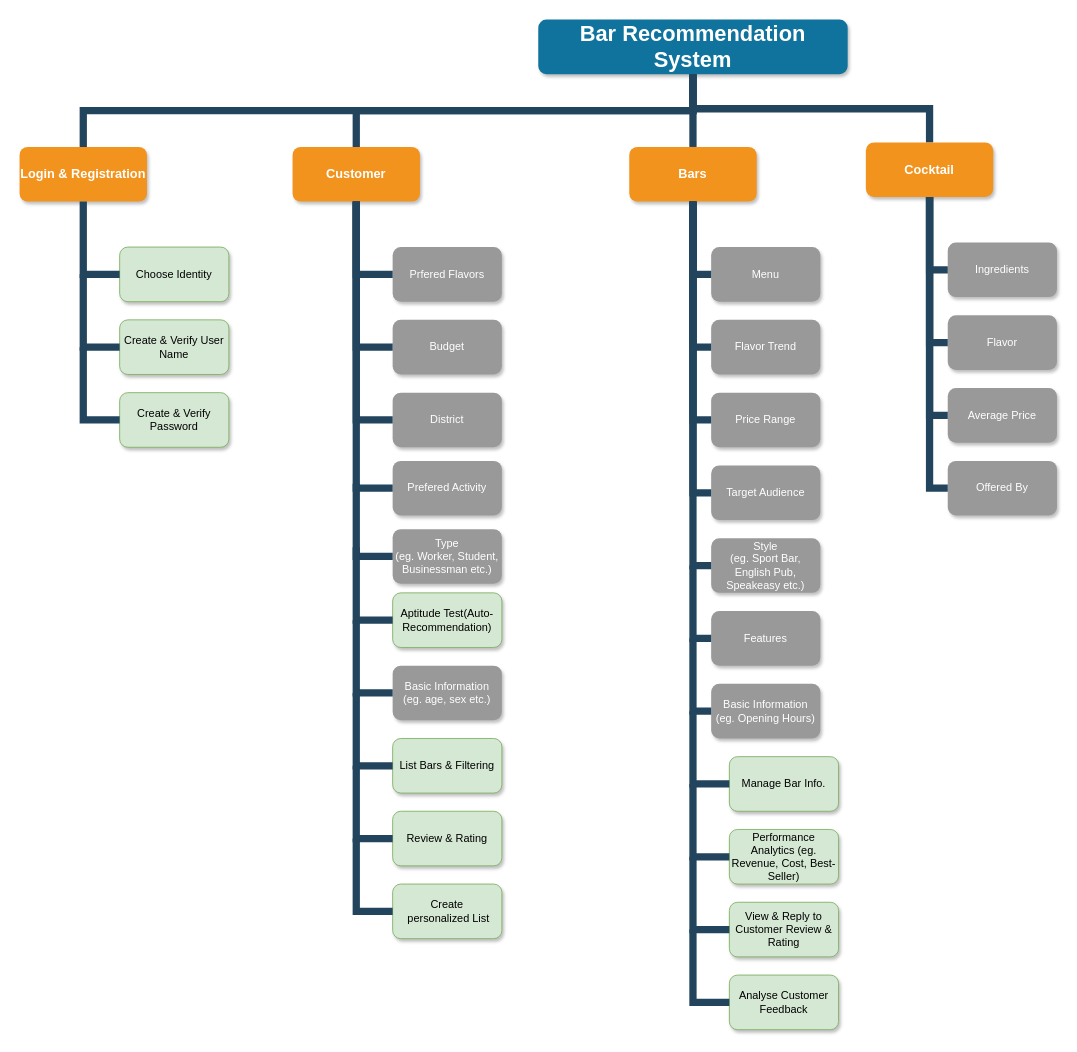
Above: DBMS_System_Fuctions.drawio in tp12356twNccu/Database_NCCU (draw.io), before the change. Source tidied: cells renumbered, new cells numbered last; positions are measured from the earlier drawing's top-left corner, leaving out a move shared by most shapes. Both pictures are drawn from the tidied source at 91%, with x=0, y=0 at pixel (19, 19).
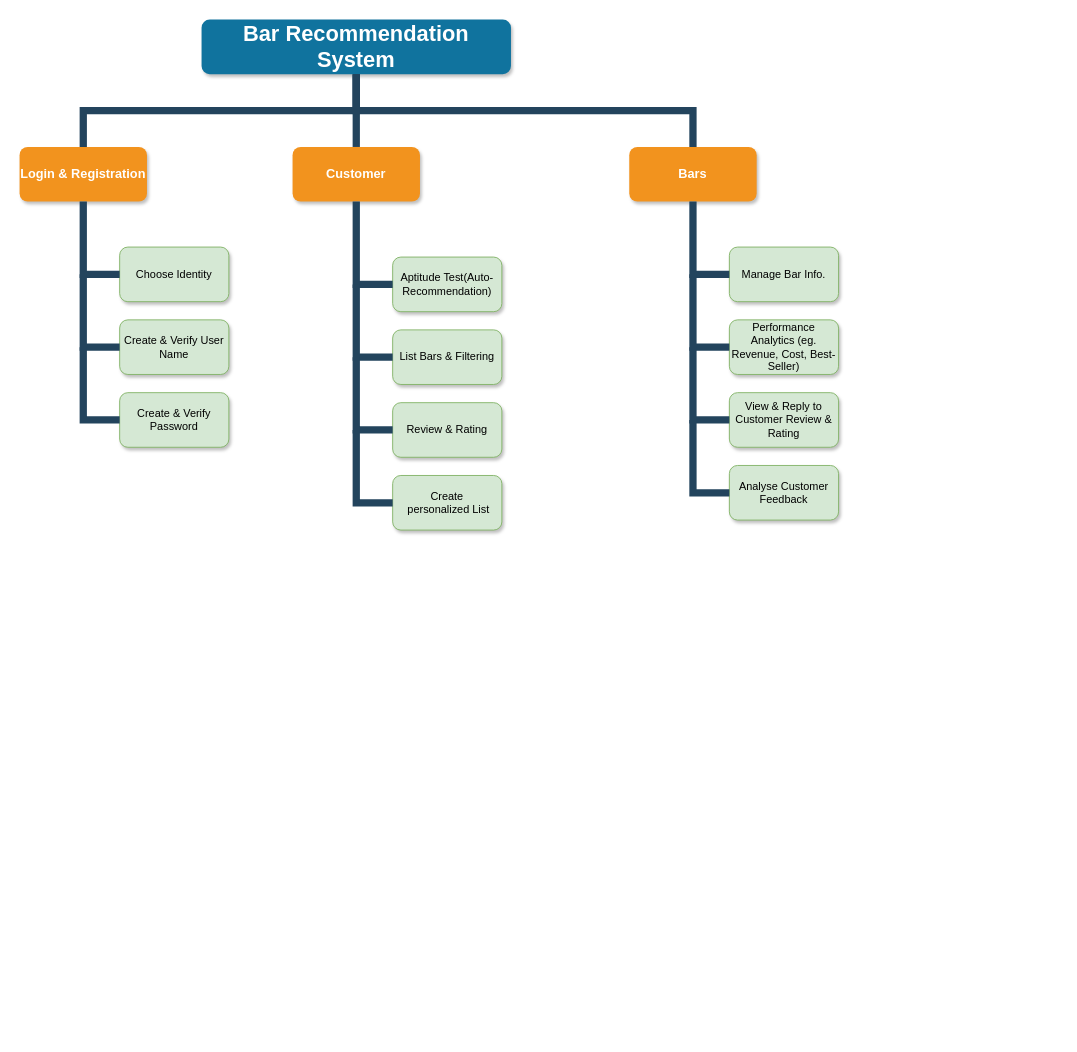
The same diagram, later.

The change refers to these unchanged cells:
```xml
<mxCell id="3" value="Customer" style="whiteSpace=wrap;rounded=1;fillColor=#F2931E;strokeColor=none;shadow=1;fontColor=#FFFFFF;fontStyle=1;fontSize=14;" parent="1" vertex="1">
  <mxGeometry x="300" y="140" width="140" height="60" as="geometry" />
</mxCell>
<mxCell id="4" value="Bars" style="whiteSpace=wrap;rounded=1;fillColor=#F2931E;strokeColor=none;shadow=1;fontColor=#FFFFFF;fontStyle=1;fontSize=14;" parent="1" vertex="1">
  <mxGeometry x="670" y="140" width="140" height="60" as="geometry" />
</mxCell>
```

What changed in the source:
```diff
@@
     <mxCell id="2" value="Bar Recommendation System" style="whiteSpace=wrap;rounded=1;shadow=1;fillColor=#10739E;strokeColor=none;fontColor=#FFFFFF;fontStyle=1;fontSize=24;" parent="1" vertex="1">
-      <mxGeometry x="570" width="340" height="60" as="geometry" />
+      <mxGeometry x="200" width="340" height="60" as="geometry" />
     </mxCell>
@@
-    <mxCell id="5" value="Prfered Flavors" style="whiteSpace=wrap;rounded=1;fillColor=#999999;strokeColor=none;shadow=1;fontColor=#FFFFFF;fontStyle=0;" parent="1" vertex="1">
-      <mxGeometry x="410" y="250" width="120" height="60" as="geometry" />
-    </mxCell>
-    <mxCell id="6" value="Budget" style="whiteSpace=wrap;rounded=1;fillColor=#999999;strokeColor=none;shadow=1;fontColor=#FFFFFF;fontStyle=0;" parent="1" vertex="1">
-      <mxGeometry x="410" y="330" width="120" height="60" as="geometry" />
-    </mxCell>
-    <mxCell id="7" value="District" style="whiteSpace=wrap;rounded=1;fillColor=#999999;strokeColor=none;shadow=1;fontColor=#FFFFFF;fontStyle=0;" parent="1" vertex="1">
-      <mxGeometry x="410" y="410" width="120" height="60" as="geometry" />
-    </mxCell>
@@
-    <mxCell id="10" style="edgeStyle=elbowEdgeStyle;elbow=vertical;rounded=0;fontColor=#000000;endArrow=none;endFill=0;strokeWidth=8;strokeColor=#23445D;entryX=0.5;entryY=0;entryDx=0;entryDy=0;exitX=0.5;exitY=1;exitDx=0;exitDy=0;" parent="1" edge="1" source="2" target="28">
-      <mxGeometry relative="1" as="geometry" />
-    </mxCell>
-    <mxCell id="11" style="edgeStyle=elbowEdgeStyle;elbow=horizontal;rounded=0;fontColor=#000000;endArrow=none;endFill=0;strokeWidth=8;strokeColor=#23445D;exitX=0.5;exitY=1;exitDx=0;exitDy=0;entryX=0;entryY=0.5;entryDx=0;entryDy=0;" parent="1" edge="1" source="3" target="5">
-      <mxGeometry relative="1" as="geometry">
-        <Array as="points">
-          <mxPoint x="370" y="250" />
-        </Array>
-      </mxGeometry>
-    </mxCell>
-    <mxCell id="12" style="edgeStyle=elbowEdgeStyle;elbow=horizontal;rounded=0;fontColor=#000000;endArrow=none;endFill=0;strokeWidth=8;strokeColor=#23445D;exitX=0.5;exitY=1;exitDx=0;exitDy=0;" parent="1" edge="1" target="6">
-      <mxGeometry relative="1" as="geometry">
-        <mxPoint x="370" y="200" as="sourcePoint" />
-        <Array as="points">
-          <mxPoint x="370" y="250" />
-        </Array>
-      </mxGeometry>
-    </mxCell>
-    <mxCell id="13" style="edgeStyle=elbowEdgeStyle;elbow=horizontal;rounded=0;fontColor=#000000;endArrow=none;endFill=0;strokeWidth=8;strokeColor=#23445D;exitX=0.5;exitY=1;exitDx=0;exitDy=0;" parent="1" edge="1" target="7">
-      <mxGeometry relative="1" as="geometry">
-        <mxPoint x="370" y="200" as="sourcePoint" />
-        <Array as="points">
-          <mxPoint x="370" y="250" />
-        </Array>
-      </mxGeometry>
-    </mxCell>
-    <mxCell id="14" value="Menu" style="whiteSpace=wrap;rounded=1;fillColor=#999999;strokeColor=none;shadow=1;fontColor=#FFFFFF;fontStyle=0;" parent="1" vertex="1">
-      <mxGeometry x="760" y="250" width="120" height="60" as="geometry" />
-    </mxCell>
-    <mxCell id="15" value="Flavor Trend" style="whiteSpace=wrap;rounded=1;fillColor=#999999;strokeColor=none;shadow=1;fontColor=#FFFFFF;fontStyle=0;" parent="1" vertex="1">
-      <mxGeometry x="760" y="330" width="120" height="60" as="geometry" />
-    </mxCell>
-    <mxCell id="16" value="Price Range" style="whiteSpace=wrap;rounded=1;fillColor=#999999;strokeColor=none;shadow=1;fontColor=#FFFFFF;fontStyle=0;" parent="1" vertex="1">
-      <mxGeometry x="760" y="410" width="120" height="60" as="geometry" />
-    </mxCell>
-    <mxCell id="17" value="Target Audience" style="whiteSpace=wrap;rounded=1;fillColor=#999999;strokeColor=none;shadow=1;fontColor=#FFFFFF;fontStyle=0;" parent="1" vertex="1">
-      <mxGeometry x="760" y="490" width="120" height="60" as="geometry" />
-    </mxCell>
-    <mxCell id="18" value="Style&#10;(eg. Sport Bar, English Pub,&#10;Speakeasy etc.)" style="whiteSpace=wrap;rounded=1;fillColor=#999999;strokeColor=none;shadow=1;fontColor=#FFFFFF;fontStyle=0;" parent="1" vertex="1">
-      <mxGeometry x="760" y="570" width="120" height="60" as="geometry" />
-    </mxCell>
-    <mxCell id="19" style="edgeStyle=elbowEdgeStyle;elbow=horizontal;rounded=0;fontColor=#000000;endArrow=none;endFill=0;strokeWidth=8;strokeColor=#23445D;entryX=0;entryY=0.5;entryDx=0;entryDy=0;exitX=0.5;exitY=1;exitDx=0;exitDy=0;" parent="1" edge="1" source="4" target="14">
-      <mxGeometry relative="1" as="geometry">
-        <Array as="points">
-          <mxPoint x="740" y="300" />
-        </Array>
-      </mxGeometry>
-    </mxCell>
-    <mxCell id="20" style="edgeStyle=elbowEdgeStyle;elbow=horizontal;rounded=0;fontColor=#000000;endArrow=none;endFill=0;strokeWidth=8;strokeColor=#23445D;entryX=0;entryY=0.5;entryDx=0;entryDy=0;" parent="1" edge="1" target="15">
-      <mxGeometry relative="1" as="geometry">
-        <mxPoint x="740" y="200" as="sourcePoint" />
-        <Array as="points">
-          <mxPoint x="740" y="300" />
-        </Array>
-      </mxGeometry>
-    </mxCell>
-    <mxCell id="21" style="edgeStyle=elbowEdgeStyle;elbow=horizontal;rounded=0;fontColor=#000000;endArrow=none;endFill=0;strokeWidth=8;strokeColor=#23445D;entryX=0;entryY=0.5;entryDx=0;entryDy=0;exitX=0.5;exitY=1;exitDx=0;exitDy=0;" parent="1" edge="1" source="4" target="16">
-      <mxGeometry relative="1" as="geometry">
-        <Array as="points">
-          <mxPoint x="740" y="310" />
-        </Array>
-      </mxGeometry>
-    </mxCell>
-    <mxCell id="22" value="Prefered Activity" style="whiteSpace=wrap;rounded=1;fillColor=#999999;strokeColor=none;shadow=1;fontColor=#FFFFFF;fontStyle=0;" parent="1" vertex="1">
-      <mxGeometry x="410" y="485" width="120" height="60" as="geometry" />
-    </mxCell>
-    <mxCell id="23" style="edgeStyle=elbowEdgeStyle;elbow=horizontal;rounded=0;fontColor=#000000;endArrow=none;endFill=0;strokeWidth=8;strokeColor=#23445D;entryX=0;entryY=0.5;entryDx=0;entryDy=0;exitX=0.5;exitY=1;exitDx=0;exitDy=0;" parent="1" edge="1" source="3" target="22">
-      <mxGeometry relative="1" as="geometry">
-        <Array as="points">
-          <mxPoint x="370" y="485" />
-        </Array>
-      </mxGeometry>
-    </mxCell>
-    <mxCell id="24" style="edgeStyle=elbowEdgeStyle;elbow=horizontal;rounded=0;fontColor=#000000;endArrow=none;endFill=0;strokeWidth=8;strokeColor=#23445D;entryX=0;entryY=0.5;entryDx=0;entryDy=0;exitX=0.5;exitY=1;exitDx=0;exitDy=0;" parent="1" edge="1" source="4" target="17">
-      <mxGeometry relative="1" as="geometry">
-        <Array as="points">
-          <mxPoint x="740" y="360" />
-        </Array>
-      </mxGeometry>
-    </mxCell>
-    <mxCell id="25" style="edgeStyle=elbowEdgeStyle;elbow=horizontal;rounded=0;fontColor=#000000;endArrow=none;endFill=0;strokeWidth=8;strokeColor=#23445D;entryX=0;entryY=0.5;entryDx=0;entryDy=0;exitX=0.5;exitY=1;exitDx=0;exitDy=0;" parent="1" edge="1" source="4" target="18">
-      <mxGeometry relative="1" as="geometry">
-        <Array as="points">
-          <mxPoint x="740" y="370" />
-        </Array>
-      </mxGeometry>
-    </mxCell>
-    <mxCell id="26" value="Type&#10;(eg. Worker, Student, Businessman etc.)" style="whiteSpace=wrap;rounded=1;fillColor=#999999;strokeColor=none;shadow=1;fontColor=#FFFFFF;fontStyle=0;" parent="1" vertex="1">
-      <mxGeometry x="410" y="560" width="120" height="60" as="geometry" />
-    </mxCell>
-    <mxCell id="27" style="edgeStyle=elbowEdgeStyle;elbow=horizontal;rounded=0;fontColor=#000000;endArrow=none;endFill=0;strokeWidth=8;strokeColor=#23445D;exitX=0.5;exitY=1;exitDx=0;exitDy=0;entryX=0;entryY=0.5;entryDx=0;entryDy=0;" parent="1" edge="1" target="26">
-      <mxGeometry relative="1" as="geometry">
-        <mxPoint x="370" y="510" as="sourcePoint" />
-        <Array as="points">
-          <mxPoint x="370" y="560" />
-        </Array>
-      </mxGeometry>
-    </mxCell>
-    <mxCell id="28" value="Cocktail" style="whiteSpace=wrap;rounded=1;fillColor=#F2931E;strokeColor=none;shadow=1;fontColor=#FFFFFF;fontStyle=1;fontSize=14;" parent="1" vertex="1">
-      <mxGeometry x="930" y="135" width="140" height="60" as="geometry" />
-    </mxCell>
-    <mxCell id="29" value="Ingredients" style="whiteSpace=wrap;rounded=1;fillColor=#999999;strokeColor=none;shadow=1;fontColor=#FFFFFF;fontStyle=0;" parent="1" vertex="1">
-      <mxGeometry x="1020" y="245" width="120" height="60" as="geometry" />
-    </mxCell>
-    <mxCell id="30" value="Flavor" style="whiteSpace=wrap;rounded=1;fillColor=#999999;strokeColor=none;shadow=1;fontColor=#FFFFFF;fontStyle=0;" parent="1" vertex="1">
-      <mxGeometry x="1020" y="325" width="120" height="60" as="geometry" />
-    </mxCell>
-    <mxCell id="31" value="Average Price" style="whiteSpace=wrap;rounded=1;fillColor=#999999;strokeColor=none;shadow=1;fontColor=#FFFFFF;fontStyle=0;" parent="1" vertex="1">
-      <mxGeometry x="1020" y="405" width="120" height="60" as="geometry" />
-    </mxCell>
-    <mxCell id="32" value="Offered By" style="whiteSpace=wrap;rounded=1;fillColor=#999999;strokeColor=none;shadow=1;fontColor=#FFFFFF;fontStyle=0;" parent="1" vertex="1">
-      <mxGeometry x="1020" y="485" width="120" height="60" as="geometry" />
-    </mxCell>
-    <mxCell id="33" style="edgeStyle=elbowEdgeStyle;elbow=horizontal;rounded=0;fontColor=#000000;endArrow=none;endFill=0;strokeWidth=8;strokeColor=#23445D;entryX=0;entryY=0.5;entryDx=0;entryDy=0;exitX=0.5;exitY=1;exitDx=0;exitDy=0;" parent="1" edge="1" source="28" target="29">
-      <mxGeometry relative="1" as="geometry">
-        <Array as="points">
-          <mxPoint x="1000" y="295" />
-        </Array>
-      </mxGeometry>
-    </mxCell>
-    <mxCell id="34" style="edgeStyle=elbowEdgeStyle;elbow=horizontal;rounded=0;fontColor=#000000;endArrow=none;endFill=0;strokeWidth=8;strokeColor=#23445D;entryX=0;entryY=0.5;entryDx=0;entryDy=0;" parent="1" edge="1" target="30">
-      <mxGeometry relative="1" as="geometry">
-        <mxPoint x="1000" y="195" as="sourcePoint" />
-        <Array as="points">
-          <mxPoint x="1000" y="295" />
-        </Array>
-      </mxGeometry>
-    </mxCell>
-    <mxCell id="35" style="edgeStyle=elbowEdgeStyle;elbow=horizontal;rounded=0;fontColor=#000000;endArrow=none;endFill=0;strokeWidth=8;strokeColor=#23445D;entryX=0;entryY=0.5;entryDx=0;entryDy=0;exitX=0.5;exitY=1;exitDx=0;exitDy=0;" parent="1" edge="1" source="28" target="31">
-      <mxGeometry relative="1" as="geometry">
-        <Array as="points">
-          <mxPoint x="1000" y="305" />
-        </Array>
-      </mxGeometry>
-    </mxCell>
-    <mxCell id="36" style="edgeStyle=elbowEdgeStyle;elbow=horizontal;rounded=0;fontColor=#000000;endArrow=none;endFill=0;strokeWidth=8;strokeColor=#23445D;entryX=0;entryY=0.5;entryDx=0;entryDy=0;exitX=0.5;exitY=1;exitDx=0;exitDy=0;" parent="1" edge="1" source="28" target="32">
-      <mxGeometry relative="1" as="geometry">
-        <Array as="points">
-          <mxPoint x="1000" y="355" />
-        </Array>
-      </mxGeometry>
-    </mxCell>
-    <mxCell id="37" value="Features" style="whiteSpace=wrap;rounded=1;fillColor=#999999;strokeColor=none;shadow=1;fontColor=#FFFFFF;fontStyle=0;" parent="1" vertex="1">
-      <mxGeometry x="760" y="650" width="120" height="60" as="geometry" />
-    </mxCell>
-    <mxCell id="38" style="edgeStyle=elbowEdgeStyle;elbow=horizontal;rounded=0;fontColor=#000000;endArrow=none;endFill=0;strokeWidth=8;strokeColor=#23445D;entryX=0;entryY=0.5;entryDx=0;entryDy=0;exitX=0.5;exitY=1;exitDx=0;exitDy=0;" parent="1" edge="1" target="37">
-      <mxGeometry relative="1" as="geometry">
-        <mxPoint x="740" y="600" as="sourcePoint" />
-        <Array as="points">
-          <mxPoint x="740" y="700" />
-        </Array>
-      </mxGeometry>
-    </mxCell>
     <mxCell id="39" value="Aptitude Test(Auto-Recommendation)" style="whiteSpace=wrap;rounded=1;fillColor=#d5e8d4;strokeColor=#82b366;shadow=1;fontStyle=0;" parent="1" vertex="1">
-      <mxGeometry x="410" y="630" width="120" height="60" as="geometry" />
+      <mxGeometry x="410" y="261" width="120" height="60" as="geometry" />
     </mxCell>
-    <mxCell id="40" style="edgeStyle=elbowEdgeStyle;elbow=horizontal;rounded=0;fontColor=#000000;endArrow=none;endFill=0;strokeWidth=8;strokeColor=#23445D;exitX=0.5;exitY=1;exitDx=0;exitDy=0;entryX=0;entryY=0.5;entryDx=0;entryDy=0;" parent="1" edge="1" target="39">
+    <mxCell id="40" style="edgeStyle=elbowEdgeStyle;elbow=horizontal;rounded=0;fontColor=#000000;endArrow=none;endFill=0;strokeWidth=8;strokeColor=#23445D;exitX=0.5;exitY=1;exitDx=0;exitDy=0;entryX=0;entryY=0.5;entryDx=0;entryDy=0;" parent="1" edge="1" source="3" target="39">
       <mxGeometry relative="1" as="geometry">
-        <mxPoint x="370" y="580" as="sourcePoint" />
         <Array as="points">
-          <mxPoint x="370" y="630" />
+          <mxPoint x="370" y="261" />
         </Array>
       </mxGeometry>
     </mxCell>
-    <mxCell id="41" value="Basic Information&#10;(eg. Opening Hours)" style="whiteSpace=wrap;rounded=1;fillColor=#999999;strokeColor=none;shadow=1;fontColor=#FFFFFF;fontStyle=0;" parent="1" vertex="1">
-      <mxGeometry x="760" y="730" width="120" height="60" as="geometry" />
-    </mxCell>
-    <mxCell id="42" style="edgeStyle=elbowEdgeStyle;elbow=horizontal;rounded=0;fontColor=#000000;endArrow=none;endFill=0;strokeWidth=8;strokeColor=#23445D;entryX=0;entryY=0.5;entryDx=0;entryDy=0;exitX=0.5;exitY=1;exitDx=0;exitDy=0;" parent="1" edge="1" target="41">
-      <mxGeometry relative="1" as="geometry">
-        <mxPoint x="740" y="680" as="sourcePoint" />
-        <Array as="points">
-          <mxPoint x="740" y="780" />
-        </Array>
-      </mxGeometry>
-    </mxCell>
-    <mxCell id="43" value="Basic Information&#10;(eg. age, sex etc.)" style="whiteSpace=wrap;rounded=1;fillColor=#999999;strokeColor=none;shadow=1;fontColor=#FFFFFF;fontStyle=0;" parent="1" vertex="1">
-      <mxGeometry x="410" y="710" width="120" height="60" as="geometry" />
-    </mxCell>
-    <mxCell id="44" style="edgeStyle=elbowEdgeStyle;elbow=horizontal;rounded=0;fontColor=#000000;endArrow=none;endFill=0;strokeWidth=8;strokeColor=#23445D;exitX=0.5;exitY=1;exitDx=0;exitDy=0;entryX=0;entryY=0.5;entryDx=0;entryDy=0;" parent="1" edge="1" target="43">
-      <mxGeometry relative="1" as="geometry">
-        <mxPoint x="370" y="660" as="sourcePoint" />
-        <Array as="points">
-          <mxPoint x="370" y="710" />
-        </Array>
-      </mxGeometry>
-    </mxCell>
     <mxCell id="45" value="List Bars &amp; Filtering" style="whiteSpace=wrap;rounded=1;fillColor=#d5e8d4;strokeColor=#82b366;shadow=1;fontStyle=0;" parent="1" vertex="1">
-      <mxGeometry x="410" y="790" width="120" height="60" as="geometry" />
+      <mxGeometry x="410" y="341" width="120" height="60" as="geometry" />
     </mxCell>
     <mxCell id="46" style="edgeStyle=elbowEdgeStyle;elbow=horizontal;rounded=0;fontColor=#000000;endArrow=none;endFill=0;strokeWidth=8;strokeColor=#23445D;exitX=0.5;exitY=1;exitDx=0;exitDy=0;entryX=0;entryY=0.5;entryDx=0;entryDy=0;" parent="1" edge="1">
       <mxGeometry relative="1" as="geometry">
-        <mxPoint x="370" y="740" as="sourcePoint" />
-        <mxPoint x="410" y="820" as="targetPoint" />
+        <mxPoint x="370" y="291" as="sourcePoint" />
+        <mxPoint x="410" y="371" as="targetPoint" />
         <Array as="points">
-          <mxPoint x="370" y="860" />
+          <mxPoint x="370" y="411" />
         </Array>
       </mxGeometry>
     </mxCell>
     <mxCell id="47" value="Review &amp; Rating" style="whiteSpace=wrap;rounded=1;fillColor=#d5e8d4;strokeColor=#82b366;shadow=1;fontStyle=0;" parent="1" vertex="1">
-      <mxGeometry x="410" y="870" width="120" height="60" as="geometry" />
+      <mxGeometry x="410" y="421" width="120" height="60" as="geometry" />
     </mxCell>
     <mxCell id="48" style="edgeStyle=elbowEdgeStyle;elbow=horizontal;rounded=0;fontColor=#000000;endArrow=none;endFill=0;strokeWidth=8;strokeColor=#23445D;exitX=0.5;exitY=1;exitDx=0;exitDy=0;entryX=0;entryY=0.5;entryDx=0;entryDy=0;" parent="1" edge="1">
       <mxGeometry relative="1" as="geometry">
-        <mxPoint x="370" y="820" as="sourcePoint" />
-        <mxPoint x="410" y="900" as="targetPoint" />
+        <mxPoint x="370" y="371" as="sourcePoint" />
+        <mxPoint x="410" y="451" as="targetPoint" />
         <Array as="points">
-          <mxPoint x="370" y="940" />
+          <mxPoint x="370" y="491" />
         </Array>
       </mxGeometry>
     </mxCell>
     <mxCell id="49" value="Create&#10; personalized List" style="whiteSpace=wrap;rounded=1;fillColor=#d5e8d4;strokeColor=#82b366;shadow=1;fontStyle=0;" parent="1" vertex="1">
-      <mxGeometry x="410" y="950" width="120" height="60" as="geometry" />
+      <mxGeometry x="410" y="501" width="120" height="60" as="geometry" />
     </mxCell>
     <mxCell id="50" style="edgeStyle=elbowEdgeStyle;elbow=horizontal;rounded=0;fontColor=#000000;endArrow=none;endFill=0;strokeWidth=8;strokeColor=#23445D;exitX=0.5;exitY=1;exitDx=0;exitDy=0;entryX=0;entryY=0.5;entryDx=0;entryDy=0;" parent="1" edge="1">
       <mxGeometry relative="1" as="geometry">
-        <mxPoint x="370" y="900" as="sourcePoint" />
-        <mxPoint x="410" y="980" as="targetPoint" />
+        <mxPoint x="370" y="451" as="sourcePoint" />
+        <mxPoint x="410" y="531" as="targetPoint" />
         <Array as="points">
-          <mxPoint x="370" y="1020" />
+          <mxPoint x="370" y="571" />
         </Array>
       </mxGeometry>
     </mxCell>
     <mxCell id="51" value="Manage Bar Info." style="whiteSpace=wrap;rounded=1;fillColor=#d5e8d4;strokeColor=#82b366;shadow=1;fontStyle=0;" parent="1" vertex="1">
-      <mxGeometry x="780" y="810" width="120" height="60" as="geometry" />
+      <mxGeometry x="780" y="250" width="120" height="60" as="geometry" />
     </mxCell>
     <mxCell id="52" style="edgeStyle=elbowEdgeStyle;elbow=horizontal;rounded=0;fontColor=#000000;endArrow=none;endFill=0;strokeWidth=8;strokeColor=#23445D;exitX=0.5;exitY=1;exitDx=0;exitDy=0;entryX=0;entryY=0.5;entryDx=0;entryDy=0;" parent="1" edge="1">
       <mxGeometry relative="1" as="geometry">
-        <mxPoint x="740" y="760" as="sourcePoint" />
-        <mxPoint x="780" y="840" as="targetPoint" />
+        <mxPoint x="740" y="200" as="sourcePoint" />
+        <mxPoint x="780" y="280" as="targetPoint" />
         <Array as="points">
-          <mxPoint x="740" y="880" />
+          <mxPoint x="740" y="320" />
         </Array>
       </mxGeometry>
     </mxCell>
@@
     <mxCell id="61" value="Performance Analytics (eg. Revenue, Cost, Best-Seller)" style="whiteSpace=wrap;rounded=1;fillColor=#d5e8d4;strokeColor=#82b366;shadow=1;fontStyle=0;" parent="1" vertex="1">
-      <mxGeometry x="780" y="890" width="120" height="60" as="geometry" />
+      <mxGeometry x="780" y="330" width="120" height="60" as="geometry" />
     </mxCell>
     <mxCell id="62" style="edgeStyle=elbowEdgeStyle;elbow=horizontal;rounded=0;fontColor=#000000;endArrow=none;endFill=0;strokeWidth=8;strokeColor=#23445D;exitX=0.5;exitY=1;exitDx=0;exitDy=0;entryX=0;entryY=0.5;entryDx=0;entryDy=0;" parent="1" edge="1">
       <mxGeometry relative="1" as="geometry">
-        <mxPoint x="740" y="840" as="sourcePoint" />
-        <mxPoint x="780" y="920" as="targetPoint" />
+        <mxPoint x="740" y="280" as="sourcePoint" />
+        <mxPoint x="780" y="360" as="targetPoint" />
         <Array as="points">
-          <mxPoint x="740" y="960" />
+          <mxPoint x="740" y="400" />
         </Array>
       </mxGeometry>
     </mxCell>
     <mxCell id="63" value="View &amp; Reply to Customer Review &amp; Rating" style="whiteSpace=wrap;rounded=1;fillColor=#d5e8d4;strokeColor=#82b366;shadow=1;fontStyle=0;" parent="1" vertex="1">
-      <mxGeometry x="780" y="970" width="120" height="60" as="geometry" />
+      <mxGeometry x="780" y="410" width="120" height="60" as="geometry" />
     </mxCell>
     <mxCell id="64" style="edgeStyle=elbowEdgeStyle;elbow=horizontal;rounded=0;fontColor=#000000;endArrow=none;endFill=0;strokeWidth=8;strokeColor=#23445D;exitX=0.5;exitY=1;exitDx=0;exitDy=0;entryX=0;entryY=0.5;entryDx=0;entryDy=0;" parent="1" edge="1">
       <mxGeometry relative="1" as="geometry">
-        <mxPoint x="740" y="920" as="sourcePoint" />
-        <mxPoint x="780" y="1000" as="targetPoint" />
+        <mxPoint x="740" y="360" as="sourcePoint" />
+        <mxPoint x="780" y="440" as="targetPoint" />
         <Array as="points">
-          <mxPoint x="740" y="1040" />
+          <mxPoint x="740" y="480" />
         </Array>
       </mxGeometry>
     </mxCell>
     <mxCell id="65" value="Analyse Customer Feedback" style="whiteSpace=wrap;rounded=1;fillColor=#d5e8d4;strokeColor=#82b366;shadow=1;fontStyle=0;" parent="1" vertex="1">
-      <mxGeometry x="780" y="1050" width="120" height="60" as="geometry" />
+      <mxGeometry x="780" y="490" width="120" height="60" as="geometry" />
     </mxCell>
     <mxCell id="66" style="edgeStyle=elbowEdgeStyle;elbow=horizontal;rounded=0;fontColor=#000000;endArrow=none;endFill=0;strokeWidth=8;strokeColor=#23445D;exitX=0.5;exitY=1;exitDx=0;exitDy=0;entryX=0;entryY=0.5;entryDx=0;entryDy=0;" parent="1" edge="1">
       <mxGeometry relative="1" as="geometry">
-        <mxPoint x="740" y="1000" as="sourcePoint" />
-        <mxPoint x="780" y="1080" as="targetPoint" />
+        <mxPoint x="740" y="440" as="sourcePoint" />
+        <mxPoint x="780" y="520" as="targetPoint" />
         <Array as="points">
-          <mxPoint x="740" y="1120" />
+          <mxPoint x="740" y="560" />
         </Array>
       </mxGeometry>
     </mxCell>
```
